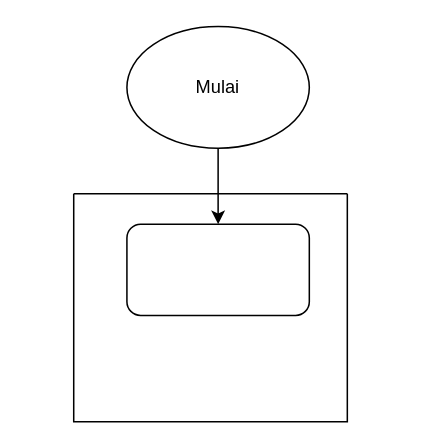
This is images/tahapan.drawio from aliifam/final-project, a draw.io file, before an edit. Source tidied: cells renumbered, new cells numbered last; positions are measured from the earlier drawing's top-left corner, leaving out a move shared by most shapes. Both pictures are drawn from the tidied source at 152%, with x=0, y=0 at pixel (73, 26).
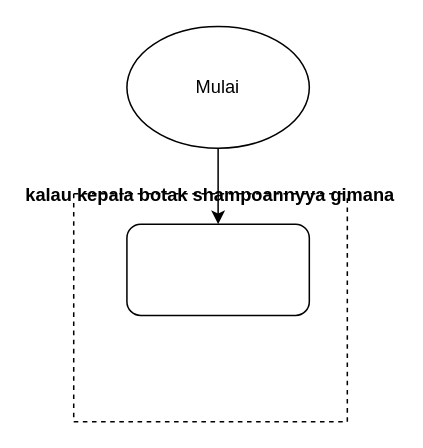
The same diagram, later.

The edit, as a diff of the source:
```diff
@@
 <mxGraphModel>
   <root>
     <mxCell id="0" />
     <mxCell id="1" parent="0" />
     <mxCell id="2" style="edgeStyle=none;html=1;entryX=0.5;entryY=0;entryDx=0;entryDy=0;" parent="1" edge="1" source="3" target="4">
       <mxGeometry relative="1" as="geometry" />
     </mxCell>
     <mxCell id="3" value="Mulai" style="ellipse;whiteSpace=wrap;html=1;" parent="1" vertex="1">
       <mxGeometry x="35" width="120" height="80" as="geometry" />
     </mxCell>
     <mxCell id="4" style="rounded=1;whiteSpace=wrap;html=1;" parent="1" vertex="1">
       <mxGeometry x="35" y="130" width="120" height="60" as="geometry" />
     </mxCell>
-    <mxCell id="5" style="swimlane;startSize=0;" parent="1" vertex="1">
+    <mxCell id="5" value="kalau kepala botak shampoannyya gimana" style="swimlane;startSize=0;dashed=1;" parent="1" vertex="1">
       <mxGeometry y="110" width="180" height="150" as="geometry" />
     </mxCell>
   </root>
 </mxGraphModel>
```
